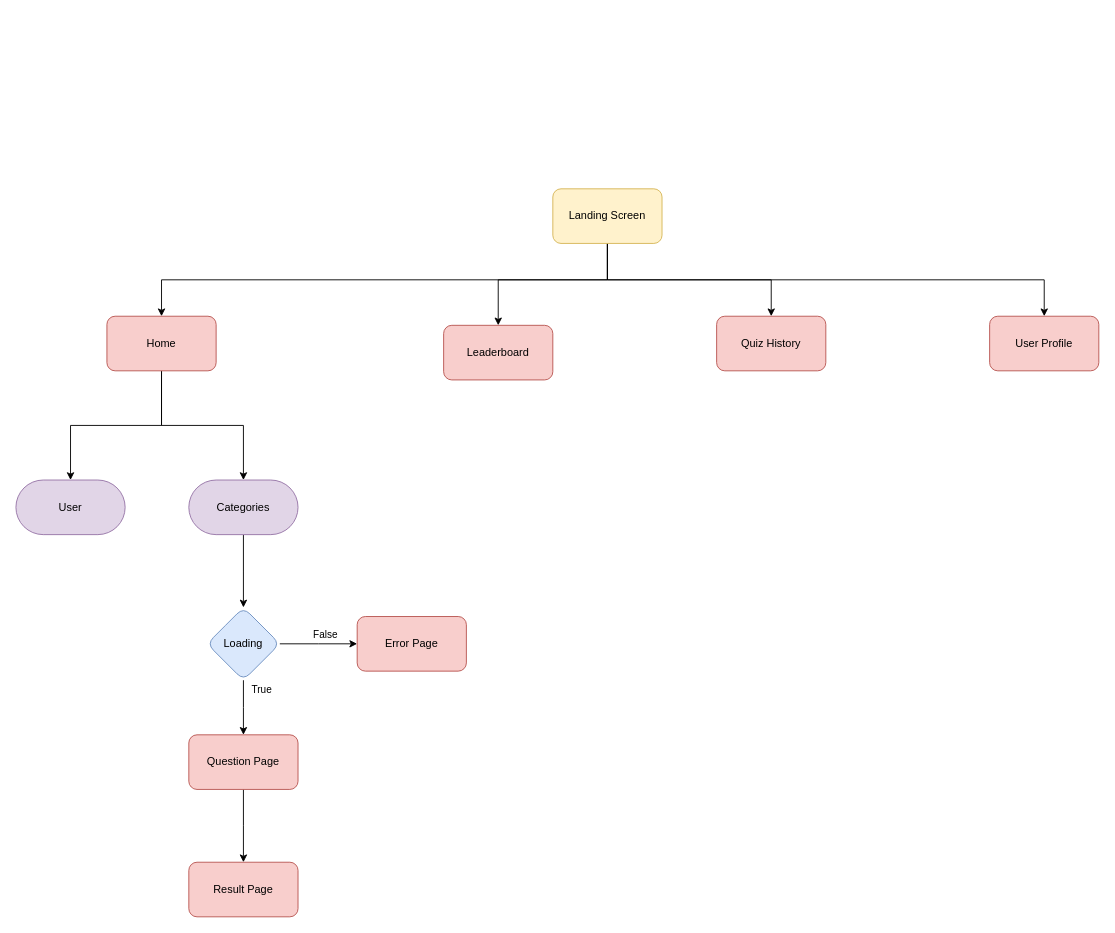
This is ScreenFlow.drawio from BabishShrestha/quiz_app, a draw.io file, before an edit. Source tidied: cells renumbered, new cells numbered last; positions are measured from the earlier drawing's top-left corner, leaving out a move shared by most shapes. Both pictures are drawn from the tidied source at 91%, with x=0, y=0 at pixel (15, 188).
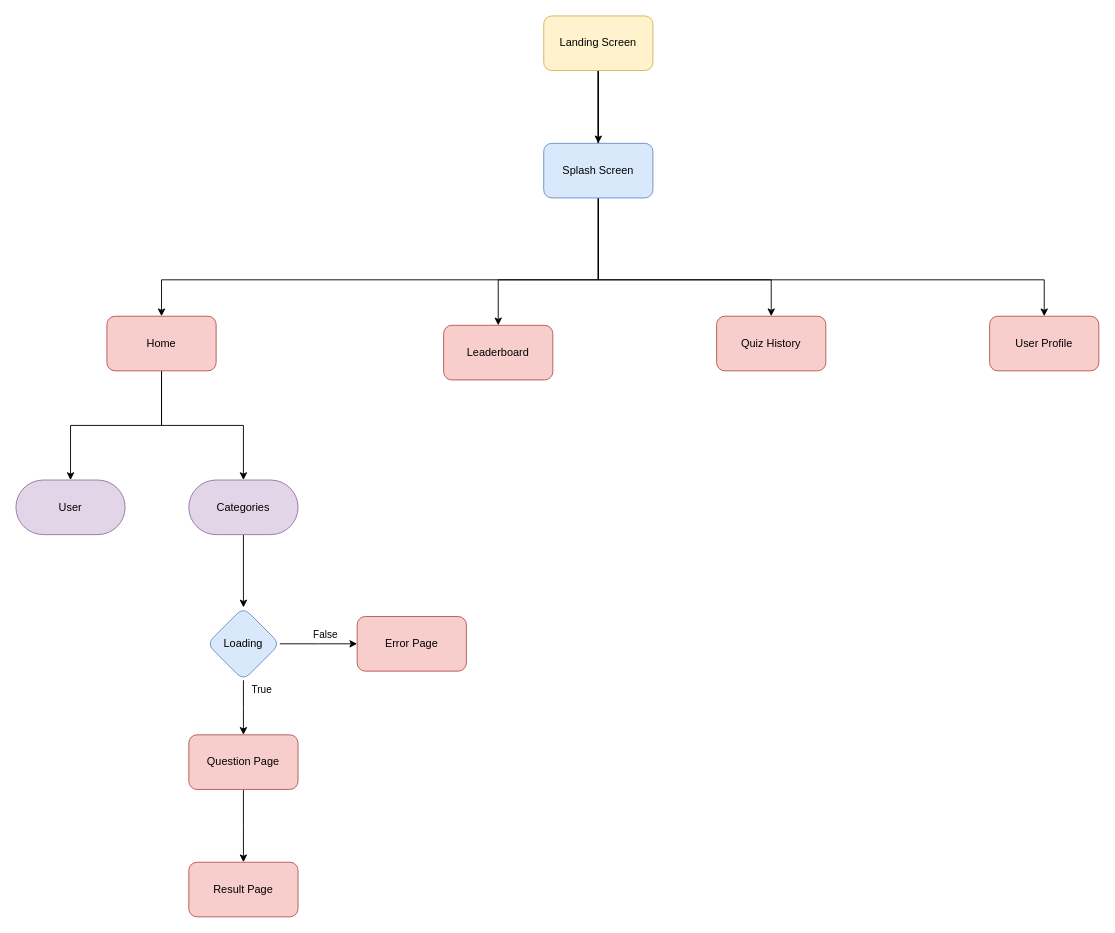
After the change.

Commit message:
added splash Screen diagram

The change refers to these unchanged cells:
```xml
<mxCell id="5" value="Home" style="rounded=1;whiteSpace=wrap;html=1;fillColor=#f8cecc;strokeColor=#b85450;" parent="1" vertex="1">
  <mxGeometry x="100" y="140" width="120" height="60" as="geometry" />
</mxCell>
<mxCell id="15" value="User Profile" style="whiteSpace=wrap;html=1;rounded=1;fillColor=#f8cecc;strokeColor=#b85450;" parent="1" vertex="1">
  <mxGeometry x="1070" y="140" width="120" height="60" as="geometry" />
</mxCell>
```

What changed in the source:
```diff
@@
     <mxCell id="4" style="edgeStyle=elbowEdgeStyle;rounded=0;jettySize=auto;html=1;elbow=vertical;" parent="1" edge="1" source="12" target="5">
-      <mxGeometry relative="1" as="geometry" />
+      <mxGeometry relative="1" as="geometry">
+        <Array as="points">
+          <mxPoint x="640" y="100" />
+        </Array>
+      </mxGeometry>
     </mxCell>
@@
     <mxCell id="11" style="edgeStyle=elbowEdgeStyle;shape=connector;rounded=0;jettySize=auto;elbow=vertical;html=1;labelBackgroundColor=default;fontFamily=Helvetica;fontSize=11;fontColor=default;endArrow=classic;strokeColor=default;" parent="1" edge="1" source="12" target="15">
-      <mxGeometry relative="1" as="geometry" />
+      <mxGeometry relative="1" as="geometry">
+        <Array as="points">
+          <mxPoint x="800" y="100" />
+        </Array>
+      </mxGeometry>
     </mxCell>
+    <mxCell id="25" style="edgeStyle=elbowEdgeStyle;shape=connector;rounded=0;jettySize=auto;elbow=vertical;html=1;labelBackgroundColor=default;fontFamily=Helvetica;fontSize=11;fontColor=default;endArrow=classic;strokeColor=default;" parent="1" edge="1" source="12" target="26">
+      <mxGeometry relative="1" as="geometry" />
+    </mxCell>
     <mxCell id="12" value="Landing Screen" style="whiteSpace=wrap;html=1;rounded=1;fillColor=#fff2cc;strokeColor=#d6b656;" parent="1" vertex="1">
-      <mxGeometry x="590" width="120" height="60" as="geometry" />
+      <mxGeometry x="580" y="-190" width="120" height="60" as="geometry" />
     </mxCell>
@@
+    <mxCell id="26" value="&lt;br&gt;&lt;div&gt;Splash Screen&lt;/div&gt;&lt;div&gt;&lt;br&gt;&lt;/div&gt;" style="whiteSpace=wrap;html=1;fillColor=#dae8fc;strokeColor=#6c8ebf;rounded=1;" parent="1" vertex="1">
+      <mxGeometry x="580" y="-50" width="120" height="60" as="geometry" />
+    </mxCell>
```
